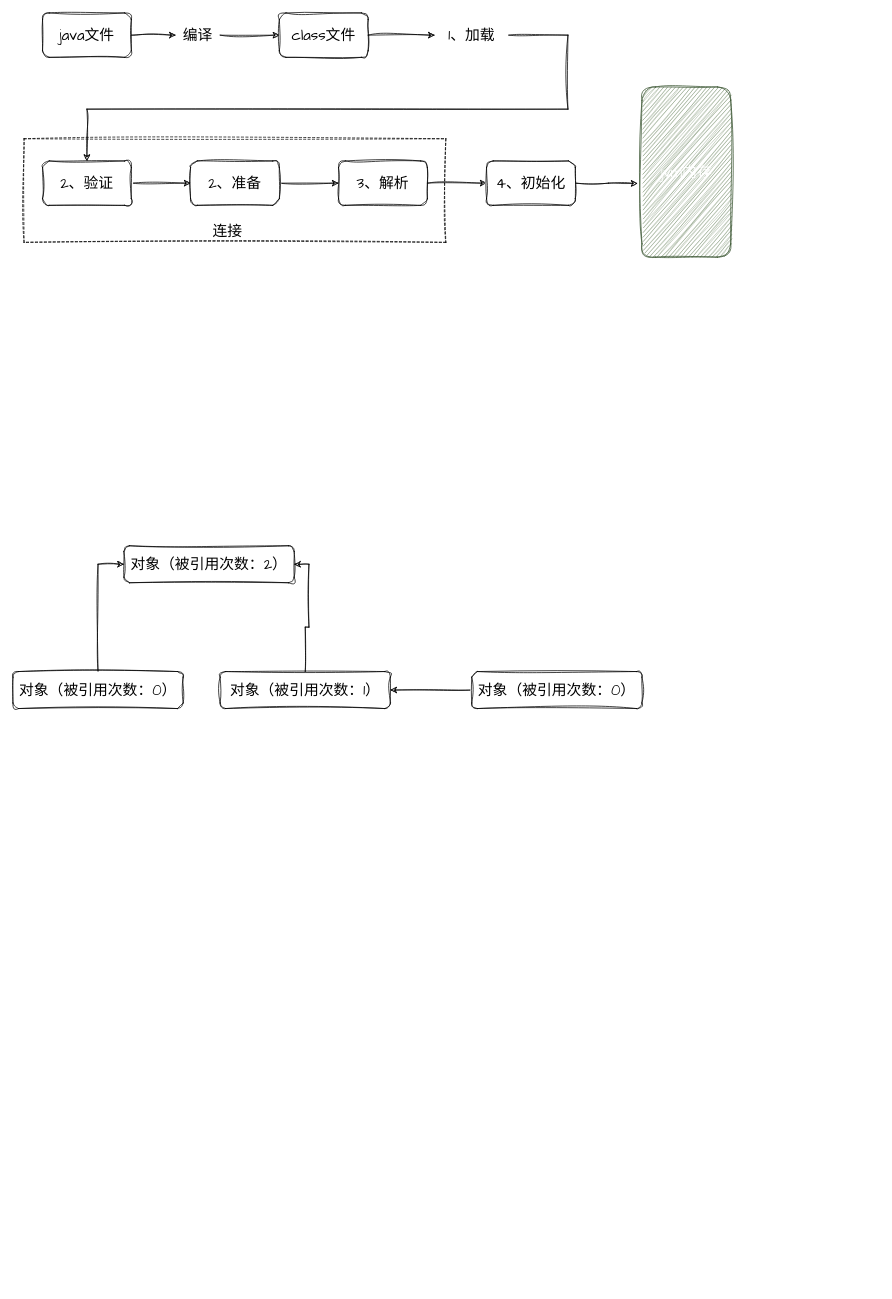
The draw.io diagram docs/assets/drawio/类加载过程.drawio in qinguan1/qinguan1.github.io, before the edit. Source tidied: cells renumbered, new cells numbered last; positions are measured from the earlier drawing's top-left corner, leaving out a move shared by most shapes. Both pictures are drawn from the tidied source at 74%, with x=0, y=0 at pixel (13, 13).
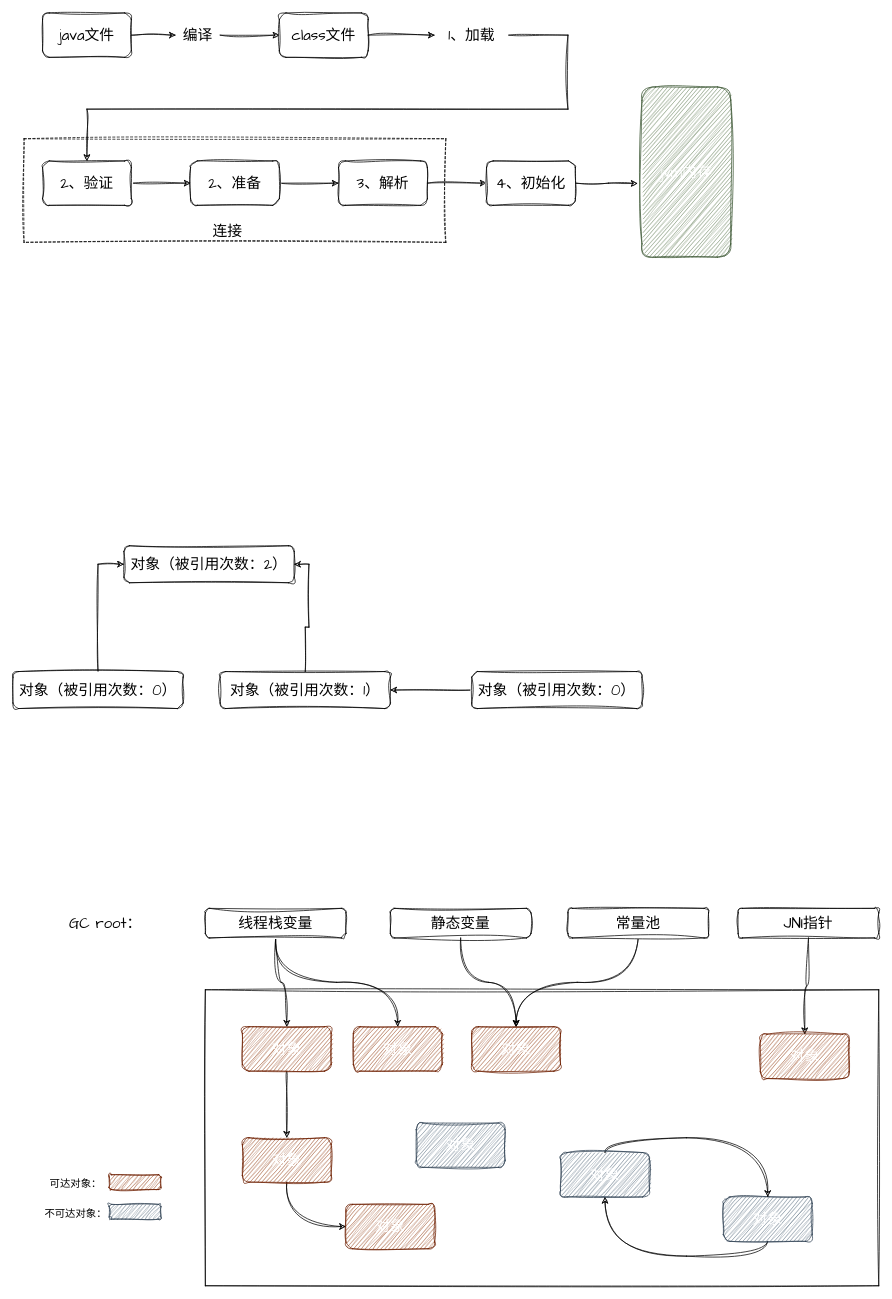
Above is the later version.

Diff of the diagram source:
```diff
@@
+    <mxCell id="28" style="rounded=0;whiteSpace=wrap;html=1;sketch=1;hachureGap=4;jiggle=2;curveFitting=1;fontFamily=Architects Daughter;fontSize=20;" parent="1" vertex="1">
+      <mxGeometry x="260" y="1320" width="910" height="400" as="geometry" />
+    </mxCell>
@@
+    <mxCell id="29" style="edgeStyle=orthogonalEdgeStyle;rounded=0;sketch=1;hachureGap=4;jiggle=2;curveFitting=1;jettySize=auto;html=1;exitX=0.5;exitY=1;exitDx=0;exitDy=0;entryX=0.5;entryY=0;entryDx=0;entryDy=0;fontFamily=Architects Daughter;fontSize=16;curved=1;" parent="1" edge="1" source="31" target="40">
+      <mxGeometry relative="1" as="geometry" />
+    </mxCell>
+    <mxCell id="30" style="edgeStyle=orthogonalEdgeStyle;rounded=0;sketch=1;hachureGap=4;jiggle=2;curveFitting=1;jettySize=auto;html=1;exitX=0.5;exitY=1;exitDx=0;exitDy=0;entryX=0.5;entryY=0;entryDx=0;entryDy=0;fontFamily=Architects Daughter;fontSize=16;curved=1;" parent="1" edge="1" source="31" target="41">
+      <mxGeometry relative="1" as="geometry" />
+    </mxCell>
+    <mxCell id="31" value="线程栈变量" style="whiteSpace=wrap;html=1;fontSize=20;fontFamily=Architects Daughter;rounded=1;sketch=1;hachureGap=4;jiggle=2;curveFitting=1;" parent="1" vertex="1">
+      <mxGeometry x="260" y="1210" width="190" height="40" as="geometry" />
+    </mxCell>
+    <mxCell id="32" style="edgeStyle=orthogonalEdgeStyle;rounded=0;sketch=1;hachureGap=4;jiggle=2;curveFitting=1;jettySize=auto;html=1;exitX=0.5;exitY=1;exitDx=0;exitDy=0;entryX=0.5;entryY=0;entryDx=0;entryDy=0;fontFamily=Architects Daughter;fontSize=16;curved=1;" parent="1" edge="1" source="33" target="42">
+      <mxGeometry relative="1" as="geometry" />
+    </mxCell>
+    <mxCell id="33" value="静态变量" style="whiteSpace=wrap;html=1;fontSize=20;fontFamily=Architects Daughter;rounded=1;sketch=1;hachureGap=4;jiggle=2;curveFitting=1;" parent="1" vertex="1">
+      <mxGeometry x="510" y="1210" width="190" height="40" as="geometry" />
+    </mxCell>
+    <mxCell id="34" style="edgeStyle=orthogonalEdgeStyle;curved=1;rounded=0;sketch=1;hachureGap=4;jiggle=2;curveFitting=1;jettySize=auto;html=1;exitX=0.5;exitY=1;exitDx=0;exitDy=0;entryX=0.5;entryY=0;entryDx=0;entryDy=0;fontFamily=Architects Daughter;fontSize=16;" parent="1" edge="1" source="35" target="42">
+      <mxGeometry relative="1" as="geometry" />
+    </mxCell>
+    <mxCell id="35" value="常量池" style="whiteSpace=wrap;html=1;fontSize=20;fontFamily=Architects Daughter;rounded=1;sketch=1;hachureGap=4;jiggle=2;curveFitting=1;" parent="1" vertex="1">
+      <mxGeometry x="750" y="1210" width="190" height="40" as="geometry" />
+    </mxCell>
+    <mxCell id="36" style="edgeStyle=orthogonalEdgeStyle;curved=1;rounded=0;sketch=1;hachureGap=4;jiggle=2;curveFitting=1;jettySize=auto;html=1;entryX=0.5;entryY=0;entryDx=0;entryDy=0;fontFamily=Architects Daughter;fontSize=16;" parent="1" edge="1" source="37" target="43">
+      <mxGeometry relative="1" as="geometry" />
+    </mxCell>
+    <mxCell id="37" value="JNI指针" style="whiteSpace=wrap;html=1;fontSize=20;fontFamily=Architects Daughter;rounded=1;sketch=1;hachureGap=4;jiggle=2;curveFitting=1;" parent="1" vertex="1">
+      <mxGeometry x="980" y="1210" width="190" height="40" as="geometry" />
+    </mxCell>
+    <mxCell id="38" value="GC root：" style="text;html=1;strokeColor=none;fillColor=none;align=center;verticalAlign=middle;whiteSpace=wrap;rounded=0;fontSize=20;fontFamily=Architects Daughter;" parent="1" vertex="1">
+      <mxGeometry x="50" y="1215" width="150" height="30" as="geometry" />
+    </mxCell>
+    <mxCell id="39" style="edgeStyle=orthogonalEdgeStyle;curved=1;rounded=0;sketch=1;hachureGap=4;jiggle=2;curveFitting=1;jettySize=auto;html=1;exitX=0.5;exitY=1;exitDx=0;exitDy=0;entryX=0.5;entryY=0;entryDx=0;entryDy=0;fontFamily=Architects Daughter;fontSize=16;" parent="1" edge="1" source="40" target="45">
+      <mxGeometry relative="1" as="geometry" />
+    </mxCell>
+    <mxCell id="40" value="对象" style="whiteSpace=wrap;html=1;fontSize=20;fontFamily=Architects Daughter;rounded=1;sketch=1;hachureGap=4;jiggle=2;curveFitting=1;fillColor=#a0522d;fontColor=#ffffff;strokeColor=#6D1F00;" parent="1" vertex="1">
+      <mxGeometry x="310" y="1370" width="120" height="60" as="geometry" />
+    </mxCell>
+    <mxCell id="41" value="对象" style="whiteSpace=wrap;html=1;fontSize=20;fontFamily=Architects Daughter;rounded=1;sketch=1;hachureGap=4;jiggle=2;curveFitting=1;fillColor=#a0522d;fontColor=#ffffff;strokeColor=#6D1F00;" parent="1" vertex="1">
+      <mxGeometry x="460" y="1370" width="120" height="60" as="geometry" />
+    </mxCell>
+    <mxCell id="42" value="对象" style="whiteSpace=wrap;html=1;fontSize=20;fontFamily=Architects Daughter;rounded=1;sketch=1;hachureGap=4;jiggle=2;curveFitting=1;fillColor=#a0522d;fontColor=#ffffff;strokeColor=#6D1F00;" parent="1" vertex="1">
+      <mxGeometry x="620" y="1370" width="120" height="60" as="geometry" />
+    </mxCell>
+    <mxCell id="43" value="对象" style="whiteSpace=wrap;html=1;fontSize=20;fontFamily=Architects Daughter;rounded=1;sketch=1;hachureGap=4;jiggle=2;curveFitting=1;fillColor=#a0522d;fontColor=#ffffff;strokeColor=#6D1F00;" parent="1" vertex="1">
+      <mxGeometry x="1010" y="1380" width="120" height="60" as="geometry" />
+    </mxCell>
+    <mxCell id="44" style="edgeStyle=orthogonalEdgeStyle;curved=1;rounded=0;sketch=1;hachureGap=4;jiggle=2;curveFitting=1;jettySize=auto;html=1;exitX=0.5;exitY=1;exitDx=0;exitDy=0;entryX=0;entryY=0.5;entryDx=0;entryDy=0;fontFamily=Architects Daughter;fontSize=16;" parent="1" edge="1" source="45" target="46">
+      <mxGeometry relative="1" as="geometry" />
+    </mxCell>
+    <mxCell id="45" value="对象" style="whiteSpace=wrap;html=1;fontSize=20;fontFamily=Architects Daughter;rounded=1;sketch=1;hachureGap=4;jiggle=2;curveFitting=1;fillColor=#a0522d;fontColor=#ffffff;strokeColor=#6D1F00;" parent="1" vertex="1">
+      <mxGeometry x="310" y="1520" width="120" height="60" as="geometry" />
+    </mxCell>
+    <mxCell id="46" value="对象" style="whiteSpace=wrap;html=1;fontSize=20;fontFamily=Architects Daughter;rounded=1;sketch=1;hachureGap=4;jiggle=2;curveFitting=1;fillColor=#a0522d;fontColor=#ffffff;strokeColor=#6D1F00;" parent="1" vertex="1">
+      <mxGeometry x="450" y="1610" width="120" height="60" as="geometry" />
+    </mxCell>
+    <mxCell id="47" style="edgeStyle=orthogonalEdgeStyle;curved=1;rounded=0;sketch=1;hachureGap=4;jiggle=2;curveFitting=1;jettySize=auto;html=1;exitX=0.5;exitY=1;exitDx=0;exitDy=0;entryX=0.5;entryY=1;entryDx=0;entryDy=0;fontFamily=Architects Daughter;fontSize=16;" parent="1" edge="1" source="48" target="50">
+      <mxGeometry relative="1" as="geometry" />
+    </mxCell>
+    <mxCell id="48" value="对象" style="whiteSpace=wrap;html=1;fontSize=20;fontFamily=Architects Daughter;rounded=1;sketch=1;hachureGap=4;jiggle=2;curveFitting=1;fillColor=#647687;fontColor=#ffffff;strokeColor=#314354;" parent="1" vertex="1">
+      <mxGeometry x="960" y="1600" width="120" height="60" as="geometry" />
+    </mxCell>
+    <mxCell id="49" style="edgeStyle=orthogonalEdgeStyle;curved=1;rounded=0;sketch=1;hachureGap=4;jiggle=2;curveFitting=1;jettySize=auto;html=1;exitX=0.5;exitY=0;exitDx=0;exitDy=0;entryX=0.5;entryY=0;entryDx=0;entryDy=0;fontFamily=Architects Daughter;fontSize=16;" parent="1" edge="1" source="50" target="48">
+      <mxGeometry relative="1" as="geometry" />
+    </mxCell>
+    <mxCell id="50" value="对象" style="whiteSpace=wrap;html=1;fontSize=20;fontFamily=Architects Daughter;rounded=1;sketch=1;hachureGap=4;jiggle=2;curveFitting=1;fillColor=#647687;fontColor=#ffffff;strokeColor=#314354;" parent="1" vertex="1">
+      <mxGeometry x="740" y="1540" width="120" height="60" as="geometry" />
+    </mxCell>
+    <mxCell id="51" value="对象" style="whiteSpace=wrap;html=1;fontSize=20;fontFamily=Architects Daughter;rounded=1;sketch=1;hachureGap=4;jiggle=2;curveFitting=1;fillColor=#647687;fontColor=#ffffff;strokeColor=#314354;" parent="1" vertex="1">
+      <mxGeometry x="545" y="1500" width="120" height="60" as="geometry" />
+    </mxCell>
+    <mxCell id="52" style="whiteSpace=wrap;html=1;fontSize=20;fontFamily=Architects Daughter;rounded=1;sketch=1;hachureGap=4;jiggle=2;curveFitting=1;fillColor=#a0522d;fontColor=#ffffff;strokeColor=#6D1F00;" parent="1" vertex="1">
+      <mxGeometry x="130" y="1570" width="70" height="20" as="geometry" />
+    </mxCell>
+    <mxCell id="53" value="可达对象：" style="text;html=1;strokeColor=none;fillColor=none;align=center;verticalAlign=middle;whiteSpace=wrap;rounded=0;fontSize=14;fontFamily=Architects Daughter;" parent="1" vertex="1">
+      <mxGeometry x="40" y="1570" width="90" height="25" as="geometry" />
+    </mxCell>
+    <mxCell id="54" value="不可达对象：" style="text;html=1;strokeColor=none;fillColor=none;align=center;verticalAlign=middle;whiteSpace=wrap;rounded=0;fontSize=14;fontFamily=Architects Daughter;" parent="1" vertex="1">
+      <mxGeometry x="40" y="1610" width="90" height="25" as="geometry" />
+    </mxCell>
+    <mxCell id="55" style="whiteSpace=wrap;html=1;fontSize=20;fontFamily=Architects Daughter;rounded=1;sketch=1;hachureGap=4;jiggle=2;curveFitting=1;fillColor=#647687;fontColor=#ffffff;strokeColor=#314354;" parent="1" vertex="1">
+      <mxGeometry x="130" y="1610" width="70" height="20" as="geometry" />
+    </mxCell>
```
